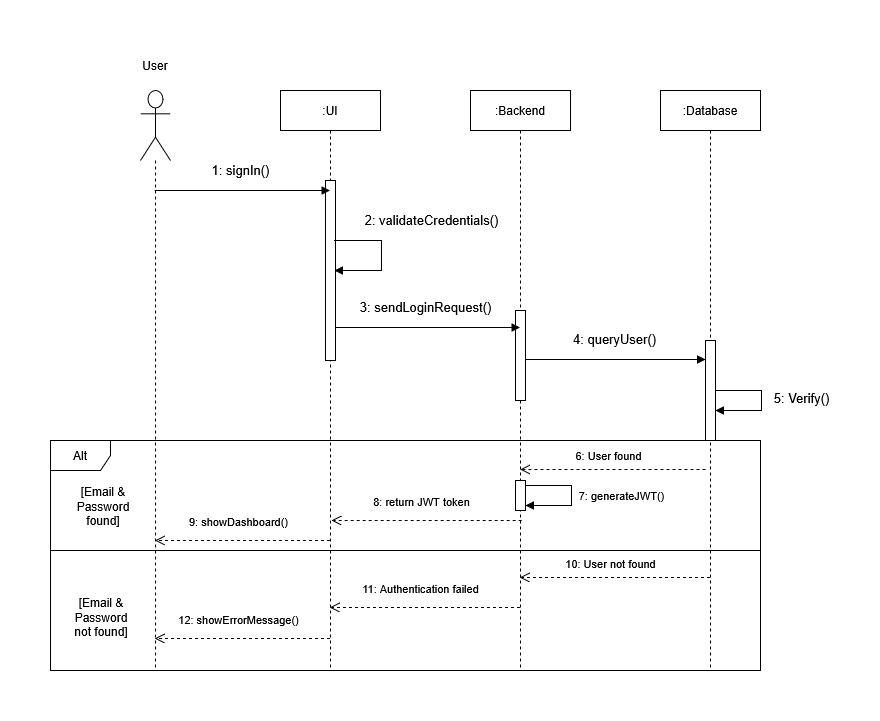
Before: docs/diagrams/SequenceAuth.drawio.png, a diagram exported from draw.io (mahdi000666/DesignFlow). Source tidied: cells renumbered, new cells last; positions are measured from the earlier drawing's top-left corner, leaving out a move shared by most shapes.
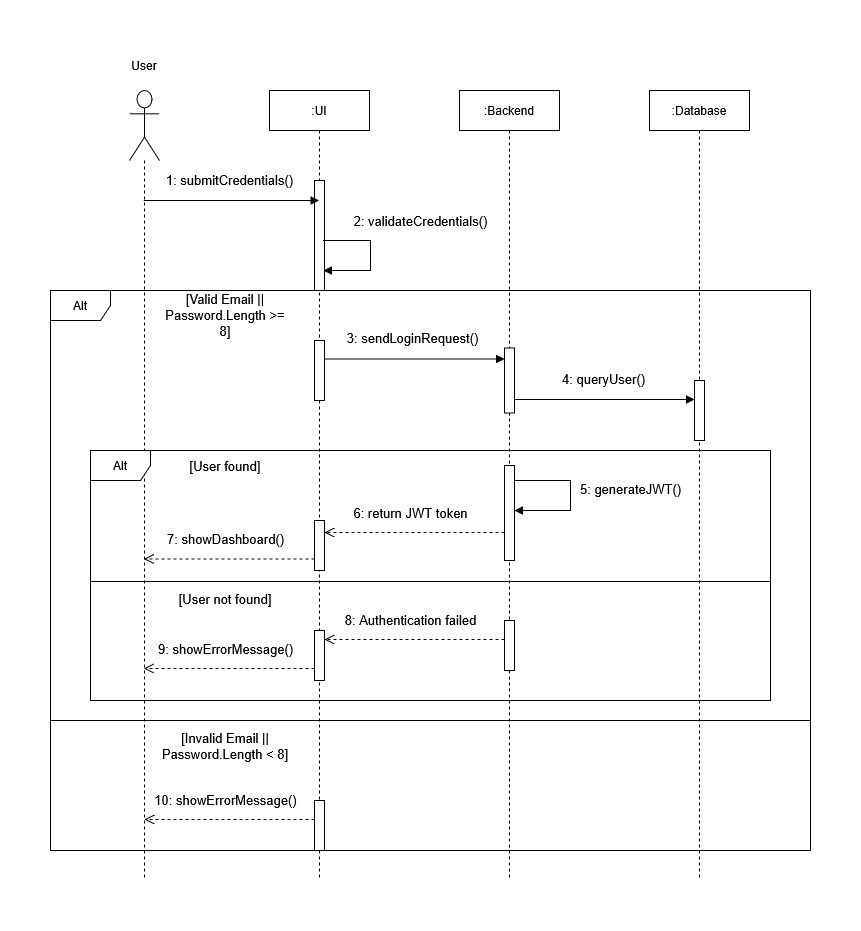
The same file after the commit.

The edit, as a diff of the source:
```diff
@@ -3,13 +3,13 @@
     <mxCell id="0" />
     <mxCell id="1" parent="0" />
     <mxCell id="2" style="shape=umlLifeline;perimeter=lifelinePerimeter;whiteSpace=wrap;html=1;newEdgeStyle={&quot;curved&quot;:0,&quot;rounded&quot;:0};participant=umlActor;size=70;" parent="1" vertex="1">
-      <mxGeometry x="90" y="40" width="30" height="580" as="geometry" />
+      <mxGeometry x="90" y="40" width="30" height="790" as="geometry" />
     </mxCell>
     <mxCell id="3" value=":UI" style="shape=umlLifeline;perimeter=lifelinePerimeter;whiteSpace=wrap;html=1;newEdgeStyle={&quot;curved&quot;:0,&quot;rounded&quot;:0};" parent="1" vertex="1">
-      <mxGeometry x="230" y="40" width="100" height="580" as="geometry" />
+      <mxGeometry x="230" y="40" width="100" height="790" as="geometry" />
     </mxCell>
     <mxCell id="4" style="html=1;perimeter=orthogonalPerimeter;targetShapes=umlLifeline;newEdgeStyle={&quot;curved&quot;:0,&quot;rounded&quot;:0};" parent="3" vertex="1">
-      <mxGeometry x="45" y="90" width="10" height="180" as="geometry" />
+      <mxGeometry x="45" y="90" width="10" height="110" as="geometry" />
     </mxCell>
     <mxCell id="5" value="2: validateCredentials()" style="html=1;verticalAlign=bottom;endArrow=block;strokeWidth=1;fontSize=13;rounded=0;curved=0;" parent="3" edge="1">
       <mxGeometry x="-0.24" y="51" relative="1" as="geometry">
@@ -22,108 +22,119 @@
         <mxPoint x="-1" y="-10" as="offset" />
       </mxGeometry>
     </mxCell>
+    <mxCell id="27" style="html=1;points=[[0,0,0,0,5],[0,1,0,0,-5],[1,0,0,0,5],[1,1,0,0,-5]];perimeter=orthogonalPerimeter;outlineConnect=0;targetShapes=umlLifeline;portConstraint=eastwest;newEdgeStyle={&quot;curved&quot;:0,&quot;rounded&quot;:0};" parent="3" vertex="1">
+      <mxGeometry x="45" y="540" width="10" height="50" as="geometry" />
+    </mxCell>
     <mxCell id="6" value="&lt;div&gt;:Backend&lt;/div&gt;" style="shape=umlLifeline;perimeter=lifelinePerimeter;whiteSpace=wrap;html=1;newEdgeStyle={&quot;curved&quot;:0,&quot;rounded&quot;:0};" parent="1" vertex="1">
-      <mxGeometry x="420" y="40" width="100" height="580" as="geometry" />
+      <mxGeometry x="420" y="40" width="100" height="790" as="geometry" />
     </mxCell>
-    <mxCell id="7" style="html=1;perimeter=orthogonalPerimeter;targetShapes=umlLifeline;newEdgeStyle={&quot;curved&quot;:0,&quot;rounded&quot;:0};" parent="6" vertex="1">
-      <mxGeometry x="45" y="220" width="10" height="90" as="geometry" />
-    </mxCell>
     <mxCell id="8" value="&lt;div&gt;:Database&lt;/div&gt;" style="shape=umlLifeline;perimeter=lifelinePerimeter;whiteSpace=wrap;html=1;newEdgeStyle={&quot;curved&quot;:0,&quot;rounded&quot;:0};" parent="1" vertex="1">
-      <mxGeometry x="610" y="40" width="100" height="580" as="geometry" />
+      <mxGeometry x="610" y="40" width="100" height="790" as="geometry" />
     </mxCell>
+    <mxCell id="11" value="1: submitCredentials()" style="html=1;verticalAlign=bottom;endArrow=block;strokeWidth=1;fontSize=13;" parent="1" edge="1">
+      <mxGeometry x="-0.02" y="10" relative="1" as="geometry">
+        <mxPoint x="104.2" y="150" as="sourcePoint" />
+        <mxPoint x="279.5" y="150" as="targetPoint" />
+      </mxGeometry>
+    </mxCell>
+    <mxCell id="26" value="User" style="text;html=1;whiteSpace=wrap;strokeColor=none;fillColor=none;align=center;verticalAlign=middle;rounded=0;" parent="1" vertex="1">
+      <mxGeometry x="75" width="60" height="30" as="geometry" />
+    </mxCell>
-    <mxCell id="9" style="html=1;perimeter=orthogonalPerimeter;targetShapes=umlLifeline;newEdgeStyle={&quot;curved&quot;:0,&quot;rounded&quot;:0};" parent="8" vertex="1">
-      <mxGeometry x="45" y="250" width="10" height="100" as="geometry" />
+    <mxCell id="9" style="html=1;perimeter=orthogonalPerimeter;targetShapes=umlLifeline;newEdgeStyle={&quot;curved&quot;:0,&quot;rounded&quot;:0};" parent="1" vertex="1">
+      <mxGeometry x="655" y="330" width="10" height="60" as="geometry" />
     </mxCell>
-    <mxCell id="10" value="5: Verify()" style="html=1;verticalAlign=bottom;endArrow=block;strokeWidth=1;fontSize=13;rounded=0;curved=0;" parent="8" edge="1">
-      <mxGeometry x="0.16" y="40" relative="1" as="geometry">
-        <mxPoint x="55" y="300" as="sourcePoint" />
-        <mxPoint x="55" y="320" as="targetPoint" />
-        <Array as="points">
-          <mxPoint x="101" y="300" />
-          <mxPoint x="101" y="320" />
-        </Array>
-      </mxGeometry>
-    </mxCell>
-    <mxCell id="11" value="1: signIn()" style="html=1;verticalAlign=bottom;endArrow=block;strokeWidth=1;fontSize=13;" parent="1" edge="1">
-      <mxGeometry x="-0.02" y="10" relative="1" as="geometry">
-        <mxPoint x="104.2" y="140" as="sourcePoint" />
-        <mxPoint x="279.5" y="140" as="targetPoint" />
-      </mxGeometry>
-    </mxCell>
     <mxCell id="12" value="3: sendLoginRequest()" style="html=1;verticalAlign=bottom;endArrow=block;strokeWidth=1;fontSize=13;" parent="1" edge="1">
       <mxGeometry x="-0.02" y="10" relative="1" as="geometry">
-        <mxPoint x="285" y="277" as="sourcePoint" />
-        <mxPoint x="469.5" y="277" as="targetPoint" />
+        <mxPoint x="285" y="308.5" as="sourcePoint" />
+        <mxPoint x="465" y="308.5" as="targetPoint" />
       </mxGeometry>
     </mxCell>
     <mxCell id="13" value="4: queryUser()" style="html=1;verticalAlign=bottom;endArrow=block;strokeWidth=1;fontSize=13;" parent="1" edge="1">
       <mxGeometry x="-0.02" y="10" relative="1" as="geometry">
-        <mxPoint x="475" y="309" as="sourcePoint" />
-        <mxPoint x="655" y="309" as="targetPoint" />
+        <mxPoint x="475" y="349" as="sourcePoint" />
+        <mxPoint x="655" y="349" as="targetPoint" />
       </mxGeometry>
     </mxCell>
     <mxCell id="14" value="Alt" style="shape=umlFrame;whiteSpace=wrap;html=1;" parent="1" vertex="1">
-      <mxGeometry y="390" width="710" height="230" as="geometry" />
+      <mxGeometry x="51" y="400" width="680" height="250" as="geometry" />
     </mxCell>
     <mxCell id="15" style="line;strokeWidth=1;fillColor=none;align=left;verticalAlign=middle;spacingTop=-1;spacingLeft=3;spacingRight=3;labelPosition=right;strokeColor=inherit;" parent="1" vertex="1">
-      <mxGeometry y="496" width="710" height="8" as="geometry" />
+      <mxGeometry x="51" y="527" width="680" height="8" as="geometry" />
     </mxCell>
-    <mxCell id="16" value="10: User not found" style="html=1;verticalAlign=bottom;endArrow=open;dashed=1;endSize=8;" parent="1" edge="1">
-      <mxGeometry x="0.05" y="-4" relative="1" as="geometry">
-        <mxPoint x="659.5" y="527" as="sourcePoint" />
-        <mxPoint x="469.3" y="527" as="targetPoint" />
-      </mxGeometry>
-    </mxCell>
-    <mxCell id="17" value="11: Authentication failed" style="html=1;verticalAlign=bottom;endArrow=open;dashed=1;endSize=8;" parent="1" edge="1">
+    <mxCell id="17" value="8: Authentication failed" style="html=1;verticalAlign=bottom;endArrow=open;dashed=1;endSize=8;fontSize=13;" parent="1" edge="1" target="27">
       <mxGeometry x="0.05" y="-9" relative="1" as="geometry">
-        <mxPoint x="469.5" y="557" as="sourcePoint" />
-        <mxPoint x="279.2" y="557" as="targetPoint" />
+        <mxPoint x="465" y="589" as="sourcePoint" />
       </mxGeometry>
     </mxCell>
-    <mxCell id="18" value="12: showErrorMessage()" style="html=1;verticalAlign=bottom;endArrow=open;dashed=1;endSize=8;" parent="1" edge="1">
+    <mxCell id="18" value="9: showErrorMessage()" style="html=1;verticalAlign=bottom;endArrow=open;dashed=1;endSize=8;fontSize=13;" parent="1" edge="1">
       <mxGeometry x="0.04" y="-9" relative="1" as="geometry">
-        <mxPoint x="279.5" y="588" as="sourcePoint" />
-        <mxPoint x="104.2" y="588" as="targetPoint" />
+        <mxPoint x="275" y="618" as="sourcePoint" />
+        <mxPoint x="104.4" y="618" as="targetPoint" />
       </mxGeometry>
     </mxCell>
-    <mxCell id="19" value="[Email &amp;amp; Password found]" style="text;html=1;whiteSpace=wrap;strokeColor=none;fillColor=none;align=center;verticalAlign=middle;rounded=0;" parent="1" vertex="1">
-      <mxGeometry x="23" y="441" width="60" height="30" as="geometry" />
+    <mxCell id="19" value="[User found]" style="text;html=1;whiteSpace=wrap;strokeColor=none;fillColor=none;align=center;verticalAlign=middle;rounded=0;fontSize=13;" parent="1" vertex="1">
+      <mxGeometry x="112" y="401" width="148" height="30" as="geometry" />
     </mxCell>
-    <mxCell id="20" value="[Email &amp;amp; Password not found]" style="text;html=1;whiteSpace=wrap;strokeColor=none;fillColor=none;align=center;verticalAlign=middle;rounded=0;" parent="1" vertex="1">
-      <mxGeometry x="21" y="552" width="60" height="30" as="geometry" />
+    <mxCell id="20" value="[User not found]" style="text;html=1;whiteSpace=wrap;strokeColor=none;fillColor=none;align=center;verticalAlign=middle;rounded=0;fontSize=13;" parent="1" vertex="1">
+      <mxGeometry x="106" y="534" width="160" height="30" as="geometry" />
     </mxCell>
-    <mxCell id="21" value="6: User found" style="html=1;verticalAlign=bottom;endArrow=open;dashed=1;endSize=8;" parent="1" edge="1">
-      <mxGeometry x="0.05" y="-4" relative="1" as="geometry">
-        <mxPoint x="655" y="419" as="sourcePoint" />
-        <mxPoint x="469.6" y="419" as="targetPoint" />
-      </mxGeometry>
-    </mxCell>
-    <mxCell id="22" value="8: return JWT token" style="html=1;verticalAlign=bottom;endArrow=open;dashed=1;endSize=8;" parent="1" edge="1">
+    <mxCell id="22" value="6: return JWT token" style="html=1;verticalAlign=bottom;endArrow=open;dashed=1;endSize=8;entryX=1;entryY=0;entryDx=0;entryDy=5;entryPerimeter=0;fontSize=13;" parent="1" edge="1">
       <mxGeometry x="0.05" y="-9" relative="1" as="geometry">
-        <mxPoint x="471.2" y="470" as="sourcePoint" />
-        <mxPoint x="281" y="470" as="targetPoint" />
+        <mxPoint x="465" y="482" as="sourcePoint" />
+        <mxPoint x="285" y="482" as="targetPoint" />
       </mxGeometry>
     </mxCell>
-    <mxCell id="23" value="9: showDashboard()" style="html=1;verticalAlign=bottom;endArrow=open;dashed=1;endSize=8;" parent="1" edge="1">
+    <mxCell id="23" value="7: showDashboard()" style="html=1;verticalAlign=bottom;endArrow=open;dashed=1;endSize=8;fontSize=13;" parent="1" edge="1">
       <mxGeometry x="0.05" y="-9" relative="1" as="geometry">
-        <mxPoint x="279.5" y="490" as="sourcePoint" />
-        <mxPoint x="104.3" y="490" as="targetPoint" />
+        <mxPoint x="275" y="508.5" as="sourcePoint" />
+        <mxPoint x="104.3" y="508.5" as="targetPoint" />
       </mxGeometry>
     </mxCell>
     <mxCell id="24" style="html=1;points=[[0,0,0,0,5],[0,1,0,0,-5],[1,0,0,0,5],[1,1,0,0,-5]];perimeter=orthogonalPerimeter;outlineConnect=0;targetShapes=umlLifeline;portConstraint=eastwest;newEdgeStyle={&quot;curved&quot;:0,&quot;rounded&quot;:0};" parent="1" vertex="1">
-      <mxGeometry x="465" y="430" width="10" height="30" as="geometry" />
+      <mxGeometry x="465" y="415" width="10" height="95" as="geometry" />
     </mxCell>
-    <mxCell id="25" value="7: generateJWT()" style="html=1;verticalAlign=bottom;endArrow=block;strokeWidth=1;fontSize=11;rounded=0;curved=0;exitX=1;exitY=0;exitDx=0;exitDy=5;exitPerimeter=0;entryX=1;entryY=1;entryDx=0;entryDy=-5;entryPerimeter=0;" parent="1" edge="1" source="24" target="24">
-      <mxGeometry x="0.18" y="-50" relative="1" as="geometry">
+    <mxCell id="25" value="5: generateJWT()" style="html=1;verticalAlign=bottom;endArrow=block;strokeWidth=1;fontSize=13;rounded=0;curved=0;" parent="1" edge="1">
+      <mxGeometry x="0.07" y="60" relative="1" as="geometry">
+        <mxPoint x="475" y="430" as="sourcePoint" />
+        <mxPoint x="475" y="460" as="targetPoint" />
         <Array as="points">
-          <mxPoint x="521" y="435" />
-          <mxPoint x="521" y="455" />
+          <mxPoint x="531" y="430" />
+          <mxPoint x="531" y="460" />
         </Array>
-        <mxPoint x="50" y="50" as="offset" />
       </mxGeometry>
     </mxCell>
-    <mxCell id="26" value="User" style="text;html=1;whiteSpace=wrap;strokeColor=none;fillColor=none;align=center;verticalAlign=middle;rounded=0;" parent="1" vertex="1">
-      <mxGeometry x="75" width="60" height="30" as="geometry" />
-    </mxCell>
+    <mxCell id="28" value="Alt" style="shape=umlFrame;whiteSpace=wrap;html=1;" parent="1" vertex="1">
+      <mxGeometry x="11" y="240" width="760" height="560" as="geometry" />
+    </mxCell>
+    <mxCell id="29" value="[Valid Email || Password.Length &amp;gt;= 8]" style="text;html=1;whiteSpace=wrap;strokeColor=none;fillColor=none;align=center;verticalAlign=middle;rounded=0;fontSize=13;" parent="1" vertex="1">
+      <mxGeometry x="121" y="250" width="130" height="30" as="geometry" />
+    </mxCell>
+    <mxCell id="30" style="html=1;perimeter=orthogonalPerimeter;targetShapes=umlLifeline;newEdgeStyle={&quot;curved&quot;:0,&quot;rounded&quot;:0};" parent="1" vertex="1">
+      <mxGeometry x="275" y="290" width="10" height="60" as="geometry" />
+    </mxCell>
+    <mxCell id="31" style="html=1;perimeter=orthogonalPerimeter;targetShapes=umlLifeline;newEdgeStyle={&quot;curved&quot;:0,&quot;rounded&quot;:0};" parent="1" vertex="1">
+      <mxGeometry x="465" y="297.5" width="10" height="65" as="geometry" />
+    </mxCell>
+    <mxCell id="32" style="html=1;perimeter=orthogonalPerimeter;targetShapes=umlLifeline;newEdgeStyle={&quot;curved&quot;:0,&quot;rounded&quot;:0};" parent="1" vertex="1">
+      <mxGeometry x="275" y="470" width="10" height="50" as="geometry" />
+    </mxCell>
+    <mxCell id="33" style="html=1;perimeter=orthogonalPerimeter;targetShapes=umlLifeline;newEdgeStyle={&quot;curved&quot;:0,&quot;rounded&quot;:0};" parent="1" vertex="1">
+      <mxGeometry x="465" y="570" width="10" height="50" as="geometry" />
+    </mxCell>
+    <mxCell id="34" value="[Invalid Email || Password.Length &amp;lt; 8]" style="text;html=1;whiteSpace=wrap;strokeColor=none;fillColor=none;align=center;verticalAlign=middle;rounded=0;fontSize=13;" parent="1" vertex="1">
+      <mxGeometry x="121" y="681" width="130" height="30" as="geometry" />
+    </mxCell>
+    <mxCell id="35" style="line;strokeWidth=1;fillColor=none;align=left;verticalAlign=middle;spacingTop=-1;spacingLeft=3;spacingRight=3;labelPosition=right;strokeColor=inherit;" parent="1" vertex="1">
+      <mxGeometry x="11" y="666" width="760" height="8" as="geometry" />
+    </mxCell>
+    <mxCell id="36" style="html=1;perimeter=orthogonalPerimeter;targetShapes=umlLifeline;newEdgeStyle={&quot;curved&quot;:0,&quot;rounded&quot;:0};" parent="1" vertex="1">
+      <mxGeometry x="275" y="750" width="10" height="50" as="geometry" />
+    </mxCell>
+    <mxCell id="37" value="10: showErrorMessage()" style="html=1;verticalAlign=bottom;endArrow=open;dashed=1;endSize=8;fontSize=13;" parent="1" edge="1">
+      <mxGeometry x="0.04" y="-9" relative="1" as="geometry">
+        <mxPoint x="275" y="769" as="sourcePoint" />
+        <mxPoint x="104.9" y="769" as="targetPoint" />
+      </mxGeometry>
+    </mxCell>
   </root>
 </mxGraphModel>
```
